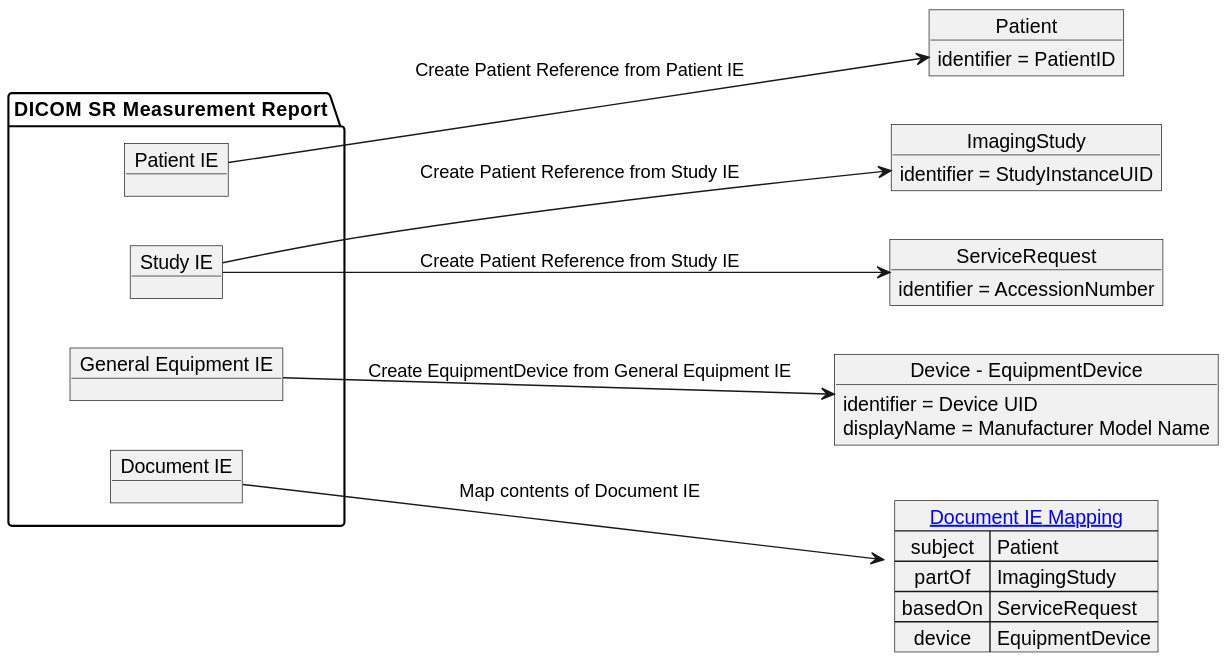
Earlier version of the PlantUML export input/images/dicom_sr_measurement_report_mapping.svg (HL7/dicom-sr).
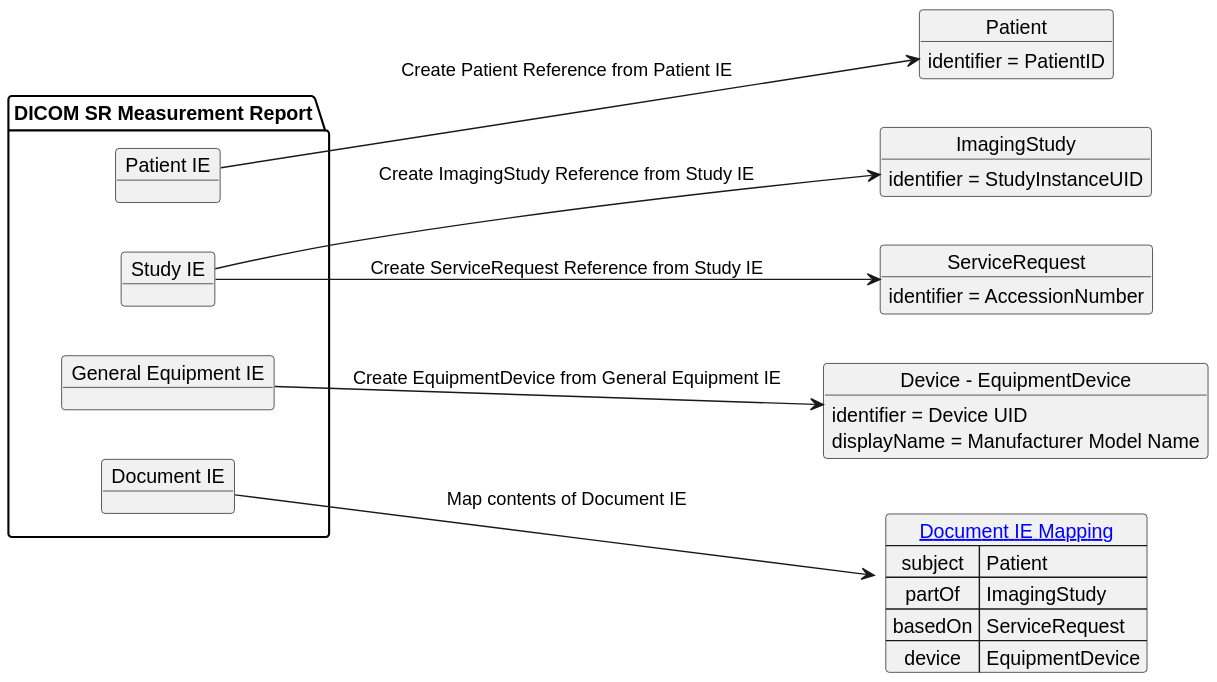
The same file after the commit.

Commit message:
FHIR-47381 - Fix arrow labels in diagram

Change to the diagram source:
```diff
@@ -28,8 +28,8 @@
 }
 
 patientIE --> Patient: Create Patient Reference from Patient IE
-studyIE --> ImagingStudy: Create Patient Reference from Study IE
-studyIE --> ServiceRequest: Create Patient Reference from Study IE
+studyIE --> ImagingStudy: Create ImagingStudy Reference from Study IE
+studyIE --> ServiceRequest: Create ServiceRequest Reference from Study IE
 equipmentIE --> equipmentDevice: Create EquipmentDevice from General Equipment IE
 
 documentIE --> documentIEMapping: Map contents of Document IE
```
